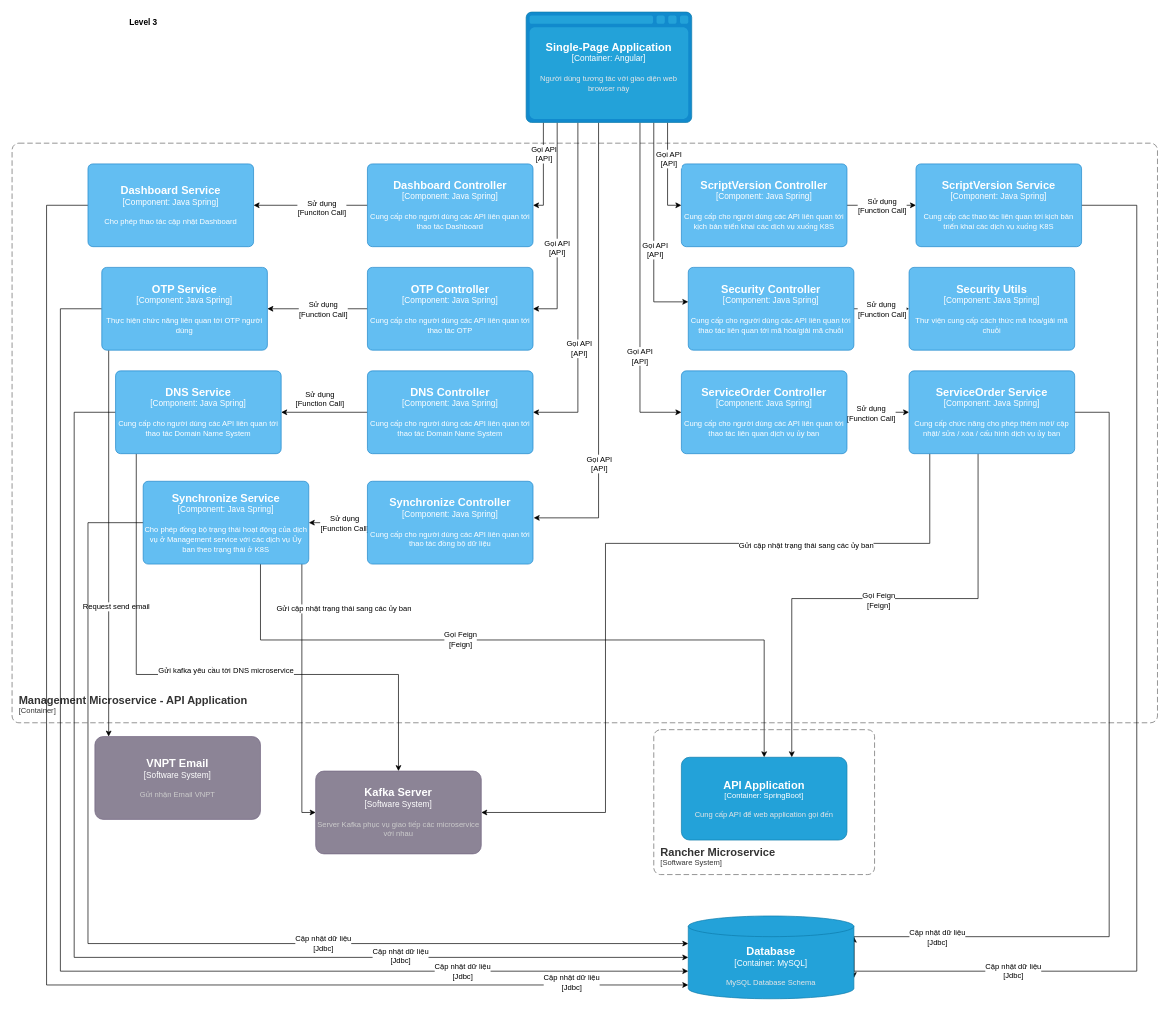
Above: IDG-Portal Lv3 ObjectStorage API Application.drawio in dangngocsoncntt/draw.io (draw.io), before the change. Source tidied: cells renumbered, new cells numbered last; positions are measured from the earlier drawing's top-left corner, leaving out a move shared by most shapes. Both pictures are drawn from the tidied source at 69%, with x=0, y=0 at pixel (12, 12).
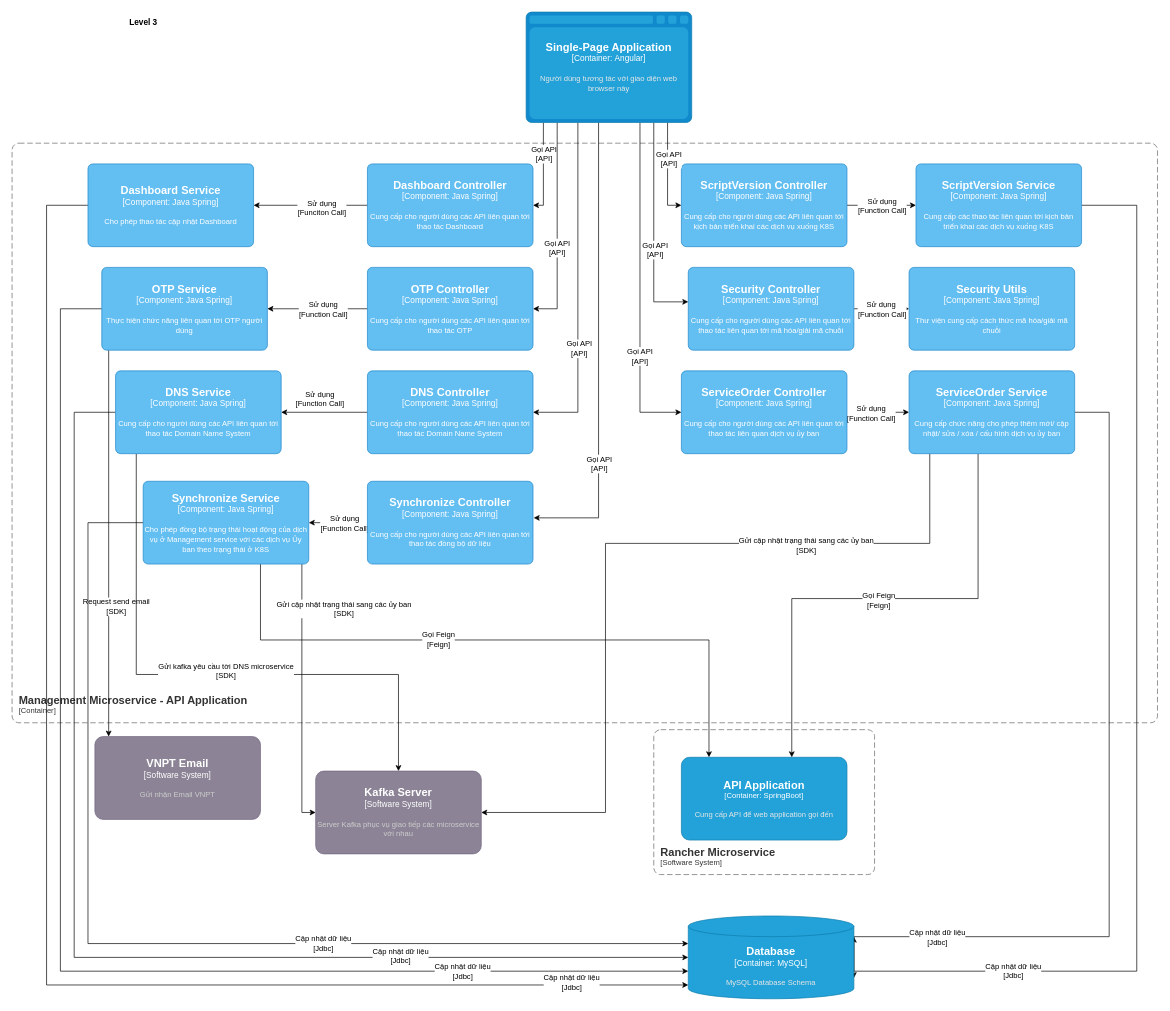
After the change.

Unchanged cells that the change refers to:
```xml
<mxCell id="40" style="edgeStyle=orthogonalEdgeStyle;rounded=0;jettySize=auto;html=1;" parent="1" edge="1" source="44" target="45">
  <mxGeometry relative="1" as="geometry">
    <Array as="points">
      <mxPoint x="140" y="860" />
      <mxPoint x="140" y="860" />
    </Array>
  </mxGeometry>
</mxCell>
<mxCell id="47" style="edgeStyle=orthogonalEdgeStyle;rounded=0;jettySize=auto;html=1;" parent="1" edge="1" source="51" target="46">
  <mxGeometry relative="1" as="geometry">
    <Array as="points">
      <mxPoint x="180" y="960" />
      <mxPoint x="560" y="960" />
    </Array>
  </mxGeometry>
</mxCell>
<mxCell id="52" style="edgeStyle=orthogonalEdgeStyle;rounded=0;jettySize=auto;html=1;" parent="1" edge="1" source="58" target="46">
  <mxGeometry relative="1" as="geometry">
    <Array as="points">
      <mxPoint x="420" y="1160" />
    </Array>
  </mxGeometry>
</mxCell>
<object id="58" label="&lt;font style=&quot;font-size: 16px&quot;&gt;&lt;b&gt;%c4Name%&lt;/b&gt;&lt;/font&gt;&lt;div&gt;[%c4Type%: %c4Technology%]&lt;/div&gt;&lt;br&gt;&lt;div&gt;&lt;font style=&quot;font-size: 11px&quot;&gt;%c4Description%&lt;/font&gt;&lt;/div&gt;" c4Description="Cho phép đồng bộ trạng thái hoạt động của dịch vụ ở Management service với các dịch vụ Ủy ban theo trạng thái ở K8S" c4Name="Synchronize Service" c4Technology="Java Spring" c4Type="Component" placeholders="1">
  <mxCell style="rounded=1;whiteSpace=wrap;html=1;labelBackgroundColor=none;fillColor=#63BEF2;fontColor=#ffffff;align=center;arcSize=6;strokeColor=#2086C9;points=[[0.25,0,0],[0.5,0,0],[0.75,0,0],[1,0.25,0],[1,0.5,0],[1,0.75,0],[0.75,1,0],[0.5,1,0],[0.25,1,0],[0,0.75,0],[0,0.5,0],[0,0.25,0]];" parent="1" vertex="1">
    <mxGeometry x="190" y="680" width="240" height="120" as="geometry" />
  </mxCell>
</object>
<mxCell id="61" style="edgeStyle=orthogonalEdgeStyle;rounded=0;jettySize=auto;html=1;" parent="1" edge="1" source="65" target="46">
  <mxGeometry relative="1" as="geometry">
    <Array as="points">
      <mxPoint x="1330" y="770" />
      <mxPoint x="860" y="770" />
      <mxPoint x="860" y="1160" />
    </Array>
  </mxGeometry>
</mxCell>
<object id="66" label="&lt;font style=&quot;font-size: 16px&quot;&gt;&lt;b&gt;%c4Name%&lt;/b&gt;&lt;/font&gt;&lt;div&gt;[%c4Type%: %c4Technology%]&lt;/div&gt;&lt;br&gt;&lt;div&gt;&lt;font style=&quot;font-size: 11px&quot;&gt;&lt;font color=&quot;#E6E6E6&quot;&gt;%c4Description%&lt;/font&gt;&lt;/div&gt;" c4Description="Cung cấp API để web application gọi đến " c4Name="API Application" c4Technology="SpringBoot" c4Type="Container" placeholders="1">
  <mxCell style="rounded=1;whiteSpace=wrap;html=1;fontSize=11;labelBackgroundColor=none;fillColor=#23A2D9;fontColor=#ffffff;align=center;arcSize=10;strokeColor=#0E7DAD;points=[[0.25,0,0],[0.5,0,0],[0.75,0,0],[1,0.25,0],[1,0.5,0],[1,0.75,0],[0.75,1,0],[0.5,1,0],[0.25,1,0],[0,0.75,0],[0,0.5,0],[0,0.25,0]];" parent="1" vertex="1">
    <mxGeometry x="970" y="1080" width="240" height="120" as="geometry" />
  </mxCell>
</object>
```

The edit, as a diff of the source:
```diff
@@
-    <mxCell id="41" value="Request send email" style="edgeLabel;html=1;align=center;verticalAlign=middle;" parent="40" vertex="1">
+    <mxCell id="41" value="Request send email&lt;br&gt;[SDK]" style="edgeLabel;html=1;align=center;verticalAlign=middle;" parent="40" vertex="1">
       <mxGeometry x="-0.09" relative="1" as="geometry">
         <mxPoint x="10" y="116" as="offset" />
       </mxGeometry>
     </mxCell>
@@
-    <mxCell id="48" value="Gửi kafka yêu cầu tời DNS microservice" style="edgeLabel;html=1;align=center;verticalAlign=middle;" parent="47" vertex="1">
+    <mxCell id="48" value="Gửi kafka yêu cầu tời DNS microservice&lt;br&gt;[SDK]" style="edgeLabel;html=1;align=center;verticalAlign=middle;" parent="47" vertex="1">
       <mxGeometry x="-0.2" y="1" relative="1" as="geometry">
         <mxPoint x="113" y="-5" as="offset" />
       </mxGeometry>
     </mxCell>
@@
-    <mxCell id="53" value="Gửi cập nhật trạng thái sang các ủy ban" style="edgeLabel;html=1;align=center;verticalAlign=middle;" parent="52" vertex="1">
+    <mxCell id="53" value="Gửi cập nhật trạng thái sang các ủy ban&lt;br&gt;[SDK]" style="edgeLabel;html=1;align=center;verticalAlign=middle;" parent="52" vertex="1">
       <mxGeometry x="-0.4" y="2" relative="1" as="geometry">
         <mxPoint x="58" y="-50" as="offset" />
       </mxGeometry>
     </mxCell>
     <mxCell id="54" style="edgeStyle=orthogonalEdgeStyle;rounded=0;jettySize=auto;html=1;" parent="1" edge="1" source="58" target="66">
       <mxGeometry relative="1" as="geometry">
         <Array as="points">
           <mxPoint x="360" y="910" />
-          <mxPoint x="1090" y="910" />
+          <mxPoint x="1010" y="910" />
         </Array>
       </mxGeometry>
     </mxCell>
@@
-    <mxCell id="62" value="Gửi cập nhật trạng thái sang các ủy ban" style="edgeLabel;html=1;align=center;verticalAlign=middle;" parent="61" vertex="1">
+    <mxCell id="62" value="Gửi cập nhật trạng thái sang các ủy ban&lt;br&gt;[SDK]" style="edgeLabel;html=1;align=center;verticalAlign=middle;" parent="61" vertex="1">
       <mxGeometry x="-0.47" y="2" relative="1" as="geometry" />
     </mxCell>
```
